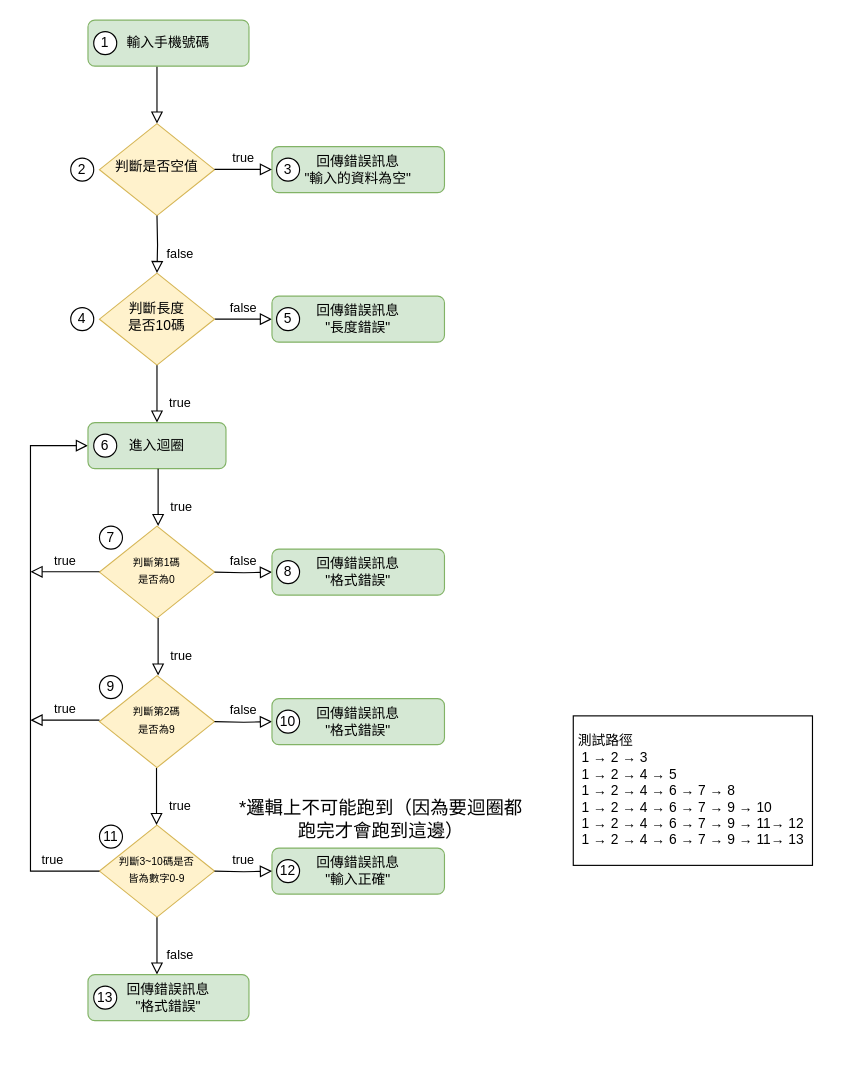
Earlier version of the draw.io diagram src/softwareRegularMethod/homework1028/LoopTesting6.drawio (weiiweiihung/NTOU_Homework). Source tidied: cells renumbered, new cells numbered last; positions are measured from the earlier drawing's top-left corner, leaving out a move shared by most shapes. Both pictures are drawn from the tidied source at 115%, with x=0, y=0 at pixel (30, 20).
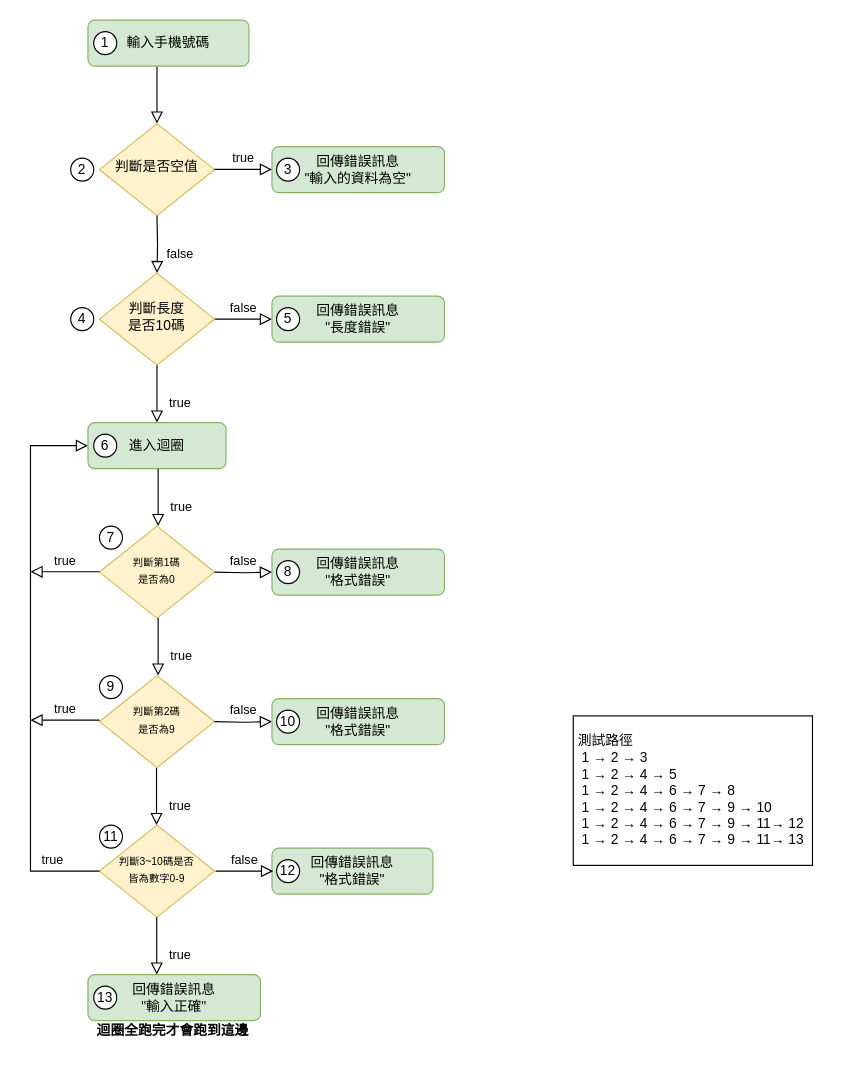
The same page after the edit.

Commit message (it also covers changes not shown here):
修改流程圖

What changed in the source:
```diff
@@
-    <mxCell id="6" value="false" style="rounded=0;html=1;jettySize=auto;fontSize=11;endArrow=block;endFill=0;endSize=8;strokeWidth=1;shadow=0;labelBackgroundColor=none;edgeStyle=orthogonalEdgeStyle;exitX=0.5;exitY=1;exitDx=0;exitDy=0;exitPerimeter=0;" parent="1" edge="1" target="9">
-      <mxGeometry x="0.33" y="20" relative="1" as="geometry">
-        <mxPoint x="110" y="780" as="sourcePoint" />
-        <Array as="points">
-          <mxPoint x="110" y="820" />
-          <mxPoint x="110" y="820" />
-        </Array>
-      </mxGeometry>
-    </mxCell>
@@
     <mxCell id="9" value="回傳錯誤訊息&lt;br&gt;&quot;格式錯誤&quot;" style="rounded=1;whiteSpace=wrap;html=1;fontSize=12;glass=0;strokeWidth=1;shadow=0;fillColor=#d5e8d4;strokeColor=#82b366;" parent="1" vertex="1">
-      <mxGeometry x="50" y="830" width="140" height="40" as="geometry" />
+      <mxGeometry x="210" y="720" width="140" height="40" as="geometry" />
     </mxCell>
@@
     <mxCell id="27" value="回傳錯誤訊息&lt;br&gt;&quot;輸入正確&quot;" style="rounded=1;whiteSpace=wrap;html=1;fontSize=12;glass=0;strokeWidth=1;shadow=0;fillColor=#d5e8d4;strokeColor=#82b366;" parent="1" vertex="1">
-      <mxGeometry x="210" y="720" width="150" height="40" as="geometry" />
+      <mxGeometry x="50" y="830" width="150" height="40" as="geometry" />
     </mxCell>
-    <mxCell id="28" value="true" style="edgeStyle=orthogonalEdgeStyle;rounded=0;html=1;jettySize=auto;fontSize=11;endArrow=block;endFill=0;endSize=8;strokeWidth=1;shadow=0;labelBackgroundColor=none;entryX=0;entryY=0.5;entryDx=0;entryDy=0;" parent="1" edge="1" target="27">
-      <mxGeometry y="10" relative="1" as="geometry">
-        <mxPoint x="160" y="740" as="sourcePoint" />
-      </mxGeometry>
-    </mxCell>
@@
-    <mxCell id="30" value="&lt;font style=&quot;font-size: 16px;&quot;&gt;&lt;font style=&quot;font-size: 16px;&quot;&gt;*邏輯上不可能跑到（因為要迴圈都跑完才會跑到這邊&lt;/font&gt;）&lt;/font&gt;" style="text;html=1;strokeColor=none;fillColor=none;align=center;verticalAlign=middle;whiteSpace=wrap;rounded=0;" parent="1" vertex="1">
-      <mxGeometry x="180" y="660" width="250" height="70" as="geometry" />
+    <mxCell id="30" value="&lt;font style=&quot;&quot;&gt;&lt;font style=&quot;font-size: 12px;&quot;&gt;&lt;b&gt;迴圈全跑完才會跑到這邊&lt;/b&gt;&lt;/font&gt;&lt;/font&gt;" style="text;html=1;strokeColor=none;fillColor=none;align=center;verticalAlign=middle;whiteSpace=wrap;rounded=0;" parent="1" vertex="1">
+      <mxGeometry x="-1" y="844" width="250" height="70" as="geometry" />
     </mxCell>
@@
+    <mxCell id="6" value="false" style="edgeStyle=orthogonalEdgeStyle;rounded=0;html=1;jettySize=auto;orthogonalLoop=1;fontSize=11;endArrow=block;endFill=0;endSize=8;strokeWidth=1;shadow=0;labelBackgroundColor=none;" parent="1" edge="1">
+      <mxGeometry y="10" relative="1" as="geometry">
+        <mxPoint x="161" y="740" as="sourcePoint" />
+        <mxPoint x="211" y="740" as="targetPoint" />
+      </mxGeometry>
+    </mxCell>
+    <mxCell id="28" value="true" style="rounded=0;html=1;jettySize=auto;orthogonalLoop=1;fontSize=11;endArrow=block;endFill=0;endSize=8;strokeWidth=1;shadow=0;labelBackgroundColor=none;edgeStyle=orthogonalEdgeStyle;" parent="1" edge="1">
+      <mxGeometry x="0.33" y="20" relative="1" as="geometry">
+        <mxPoint x="109.8" y="780" as="sourcePoint" />
+        <mxPoint x="109.8" y="830" as="targetPoint" />
+        <Array as="points">
+          <mxPoint x="109.8" y="800" />
+        </Array>
+      </mxGeometry>
+    </mxCell>
```
